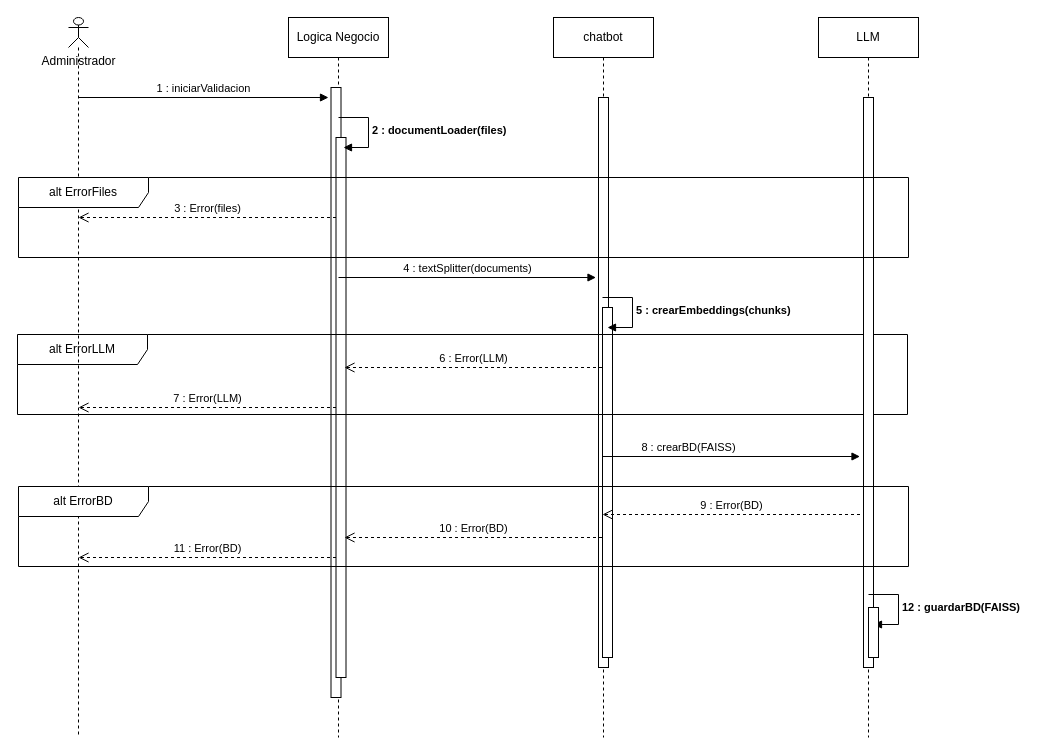
This is page "Page-5" (5 of 6) of project-docs/RAG_Architecture.drawio from jrg1013/chatbot, a draw.io file, before an edit. Source tidied: cells renumbered, new cells numbered last; positions are measured from the earlier drawing's top-left corner, leaving out a move shared by most shapes. Both pictures are drawn from the tidied source at 100%, with x=0, y=0 at pixel (17, 17).
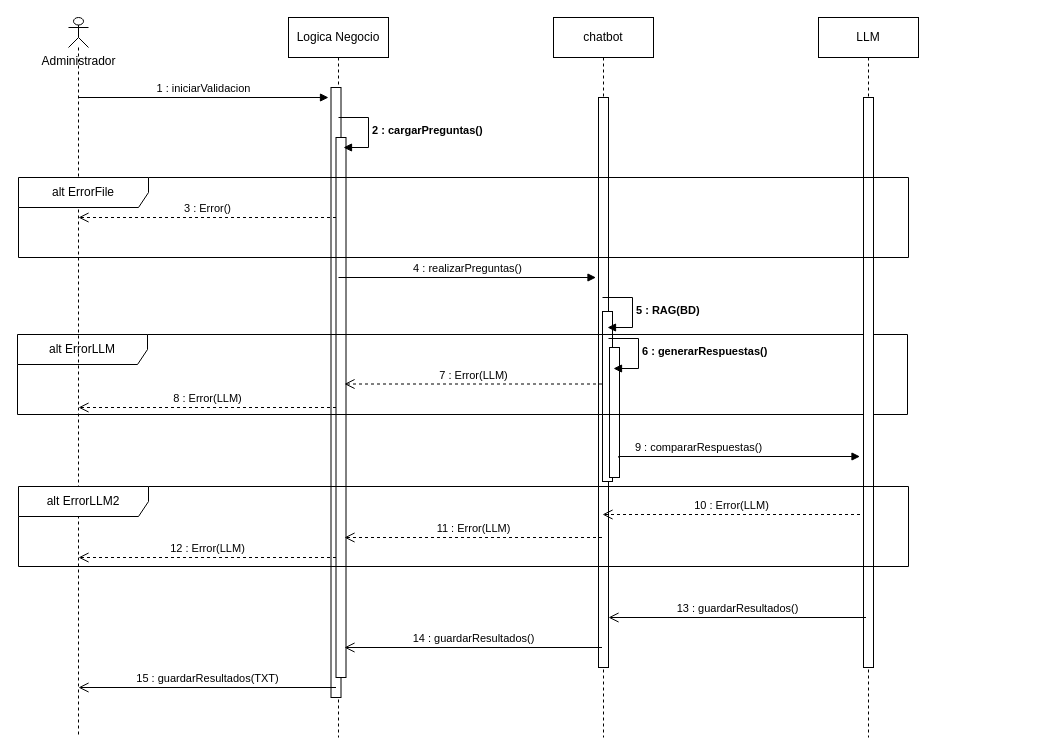
The same page after the edit.

Unchanged cells that the change refers to:
```xml
<mxCell id="5" value="chatbot" style="shape=umlLifeline;perimeter=lifelinePerimeter;whiteSpace=wrap;html=1;newEdgeStyle={&quot;edgeStyle&quot;:&quot;elbowEdgeStyle&quot;,&quot;elbow&quot;:&quot;vertical&quot;,&quot;curved&quot;:0,&quot;rounded&quot;:0};" parent="1" vertex="1">
  <mxGeometry x="536" width="100" height="720" as="geometry" />
</mxCell>
```

The edit, as a diff of the source:
```diff
@@
     <mxCell id="7" style="html=1;perimeter=orthogonalPerimeter;targetShapes=umlLifeline;newEdgeStyle={&quot;edgeStyle&quot;:&quot;elbowEdgeStyle&quot;,&quot;elbow&quot;:&quot;vertical&quot;,&quot;curved&quot;:0,&quot;rounded&quot;:0};" parent="5" vertex="1">
-      <mxGeometry x="49" y="290" width="10" height="350" as="geometry" />
+      <mxGeometry x="49" y="294" width="10" height="170" as="geometry" />
     </mxCell>
+    <mxCell id="28" style="html=1;perimeter=orthogonalPerimeter;targetShapes=umlLifeline;newEdgeStyle={&quot;edgeStyle&quot;:&quot;elbowEdgeStyle&quot;,&quot;elbow&quot;:&quot;vertical&quot;,&quot;curved&quot;:0,&quot;rounded&quot;:0};" parent="5" vertex="1">
+      <mxGeometry x="56" y="330" width="10" height="130" as="geometry" />
+    </mxCell>
-    <mxCell id="8" value="4 : textSplitter(documents)" style="html=1;verticalAlign=bottom;endArrow=block;edgeStyle=elbowEdgeStyle;elbow=vertical;curved=0;rounded=0;" parent="1" edge="1">
+    <mxCell id="8" value="4 : realizarPreguntas()" style="html=1;verticalAlign=bottom;endArrow=block;edgeStyle=elbowEdgeStyle;elbow=vertical;curved=0;rounded=0;" parent="1" edge="1">
       <mxGeometry relative="1" as="geometry">
         <mxPoint x="321" y="260" as="sourcePoint" />
         <mxPoint x="578.5" y="260" as="targetPoint" />
         <Array as="points">
           <mxPoint x="493.5" y="260" />
         </Array>
       </mxGeometry>
     </mxCell>
-    <mxCell id="9" value="9 : Error(BD)" style="html=1;verticalAlign=bottom;endArrow=open;dashed=1;endSize=8;edgeStyle=elbowEdgeStyle;elbow=vertical;curved=0;rounded=0;" parent="1" edge="1">
+    <mxCell id="9" value="10 : Error(LLM)" style="html=1;verticalAlign=bottom;endArrow=open;dashed=1;endSize=8;edgeStyle=elbowEdgeStyle;elbow=vertical;curved=0;rounded=0;" parent="1" edge="1">
       <mxGeometry relative="1" as="geometry">
         <mxPoint x="842.5" y="497" as="sourcePoint" />
         <mxPoint x="585" y="497" as="targetPoint" />
         <Array as="points">
           <mxPoint x="767.5" y="497" />
         </Array>
       </mxGeometry>
     </mxCell>
@@
-    <mxCell id="12" value="3 : Error(files)" style="html=1;verticalAlign=bottom;endArrow=open;dashed=1;endSize=8;edgeStyle=elbowEdgeStyle;elbow=vertical;curved=0;rounded=0;" parent="1" edge="1">
+    <mxCell id="12" value="3 : Error()" style="html=1;verticalAlign=bottom;endArrow=open;dashed=1;endSize=8;edgeStyle=elbowEdgeStyle;elbow=vertical;curved=0;rounded=0;" parent="1" edge="1">
       <mxGeometry relative="1" as="geometry">
         <mxPoint x="318.5" y="200" as="sourcePoint" />
         <mxPoint x="61" y="200" as="targetPoint" />
         <Array as="points">
           <mxPoint x="243.5" y="200" />
         </Array>
       </mxGeometry>
     </mxCell>
@@
-    <mxCell id="15" value="2 : documentLoader(files)" style="html=1;align=left;spacingLeft=2;endArrow=block;rounded=0;edgeStyle=orthogonalEdgeStyle;curved=0;rounded=0;fontStyle=1;" parent="1" edge="1">
-      <mxGeometry relative="1" as="geometry">
+    <mxCell id="15" value="2 : cargarPreguntas()" style="html=1;align=left;spacingLeft=2;endArrow=block;rounded=0;edgeStyle=orthogonalEdgeStyle;curved=0;rounded=0;fontStyle=1;" parent="1" edge="1">
+      <mxGeometry x="0.01" relative="1" as="geometry">
         <mxPoint x="321" y="100" as="sourcePoint" />
         <mxPoint x="326" y="130" as="targetPoint" />
         <Array as="points">
           <mxPoint x="351" y="130" />
         </Array>
       </mxGeometry>
     </mxCell>
@@
-    <mxCell id="18" value="8 : crearBD(FAISS)" style="html=1;verticalAlign=bottom;endArrow=block;edgeStyle=elbowEdgeStyle;elbow=vertical;curved=0;rounded=0;" parent="1" edge="1">
+    <mxCell id="18" value="9 : compararRespuestas()" style="html=1;verticalAlign=bottom;endArrow=block;edgeStyle=elbowEdgeStyle;elbow=vertical;curved=0;rounded=0;" parent="1" edge="1">
       <mxGeometry x="-0.33" relative="1" as="geometry">
-        <mxPoint x="585" y="439" as="sourcePoint" />
+        <mxPoint x="601" y="440" as="sourcePoint" />
         <mxPoint x="842.5" y="439" as="targetPoint" />
         <Array as="points">
           <mxPoint x="757.5" y="439" />
         </Array>
       </mxGeometry>
     </mxCell>
-    <mxCell id="19" value="6 : Error(LLM)" style="html=1;verticalAlign=bottom;endArrow=open;dashed=1;endSize=8;edgeStyle=elbowEdgeStyle;elbow=vertical;curved=0;rounded=0;" parent="1" edge="1">
+    <mxCell id="19" value="7 : Error(LLM)" style="html=1;verticalAlign=bottom;endArrow=open;dashed=1;endSize=8;edgeStyle=elbowEdgeStyle;elbow=vertical;curved=0;rounded=0;" parent="1" edge="1">
       <mxGeometry relative="1" as="geometry">
-        <mxPoint x="584.5" y="350" as="sourcePoint" />
-        <mxPoint x="327" y="350" as="targetPoint" />
+        <mxPoint x="584.5" y="366.5" as="sourcePoint" />
+        <mxPoint x="327" y="366.5" as="targetPoint" />
         <Array as="points">
-          <mxPoint x="509.5" y="350" />
+          <mxPoint x="509.5" y="366.5" />
         </Array>
       </mxGeometry>
     </mxCell>
-    <mxCell id="20" value="5 : crearEmbeddings(chunks)" style="html=1;align=left;spacingLeft=2;endArrow=block;rounded=0;edgeStyle=orthogonalEdgeStyle;curved=0;rounded=0;fontStyle=1;" parent="1" edge="1">
+    <mxCell id="20" value="5 : RAG(BD)" style="html=1;align=left;spacingLeft=2;endArrow=block;rounded=0;edgeStyle=orthogonalEdgeStyle;curved=0;rounded=0;fontStyle=1;" parent="1" edge="1">
       <mxGeometry relative="1" as="geometry">
         <mxPoint x="585" y="280" as="sourcePoint" />
         <mxPoint x="590" y="310" as="targetPoint" />
         <Array as="points">
           <mxPoint x="615" y="310" />
         </Array>
       </mxGeometry>
     </mxCell>
-    <mxCell id="21" value="alt ErrorFiles" style="shape=umlFrame;whiteSpace=wrap;html=1;width=130;height=30;" parent="1" vertex="1">
+    <mxCell id="21" value="alt ErrorFile" style="shape=umlFrame;whiteSpace=wrap;html=1;width=130;height=30;" parent="1" vertex="1">
       <mxGeometry x="1" y="160" width="890" height="80" as="geometry" />
     </mxCell>
-    <mxCell id="22" value="7 : Error(LLM)" style="html=1;verticalAlign=bottom;endArrow=open;dashed=1;endSize=8;edgeStyle=elbowEdgeStyle;elbow=vertical;curved=0;rounded=0;" parent="1" edge="1">
+    <mxCell id="22" value="8 : Error(LLM)" style="html=1;verticalAlign=bottom;endArrow=open;dashed=1;endSize=8;edgeStyle=elbowEdgeStyle;elbow=vertical;curved=0;rounded=0;" parent="1" edge="1">
       <mxGeometry relative="1" as="geometry">
         <mxPoint x="318.5" y="390" as="sourcePoint" />
         <mxPoint x="61" y="390" as="targetPoint" />
         <Array as="points">
           <mxPoint x="243.5" y="390" />
         </Array>
       </mxGeometry>
     </mxCell>
-    <mxCell id="23" value="12 : guardarBD(FAISS)" style="html=1;align=left;spacingLeft=2;endArrow=block;rounded=0;edgeStyle=orthogonalEdgeStyle;curved=0;rounded=0;fontStyle=1;" parent="1" edge="1">
-      <mxGeometry relative="1" as="geometry">
-        <mxPoint x="851" y="577" as="sourcePoint" />
-        <mxPoint x="856" y="607" as="targetPoint" />
-        <Array as="points">
-          <mxPoint x="881" y="607" />
-        </Array>
-      </mxGeometry>
-    </mxCell>
-    <mxCell id="24" value="alt ErrorBD" style="shape=umlFrame;whiteSpace=wrap;html=1;width=130;height=30;" parent="1" vertex="1">
+    <mxCell id="24" value="alt ErrorLLM2" style="shape=umlFrame;whiteSpace=wrap;html=1;width=130;height=30;" parent="1" vertex="1">
       <mxGeometry x="1" y="469" width="890" height="80" as="geometry" />
     </mxCell>
-    <mxCell id="25" value="10 : Error(BD)" style="html=1;verticalAlign=bottom;endArrow=open;dashed=1;endSize=8;edgeStyle=elbowEdgeStyle;elbow=vertical;curved=0;rounded=0;" parent="1" edge="1">
+    <mxCell id="25" value="11 : Error(LLM)" style="html=1;verticalAlign=bottom;endArrow=open;dashed=1;endSize=8;edgeStyle=elbowEdgeStyle;elbow=vertical;curved=0;rounded=0;" parent="1" edge="1">
       <mxGeometry relative="1" as="geometry">
         <mxPoint x="584.5" y="520" as="sourcePoint" />
         <mxPoint x="327" y="520" as="targetPoint" />
         <Array as="points">
           <mxPoint x="509.5" y="520" />
         </Array>
       </mxGeometry>
     </mxCell>
-    <mxCell id="26" value="11 : Error(BD)" style="html=1;verticalAlign=bottom;endArrow=open;dashed=1;endSize=8;edgeStyle=elbowEdgeStyle;elbow=vertical;curved=0;rounded=0;" parent="1" edge="1">
+    <mxCell id="26" value="12 : Error(LLM)" style="html=1;verticalAlign=bottom;endArrow=open;dashed=1;endSize=8;edgeStyle=elbowEdgeStyle;elbow=vertical;curved=0;rounded=0;" parent="1" edge="1">
       <mxGeometry relative="1" as="geometry">
         <mxPoint x="318.5" y="540" as="sourcePoint" />
         <mxPoint x="61" y="540" as="targetPoint" />
         <Array as="points">
           <mxPoint x="243.5" y="540" />
         </Array>
       </mxGeometry>
     </mxCell>
-    <mxCell id="27" style="html=1;perimeter=orthogonalPerimeter;targetShapes=umlLifeline;newEdgeStyle={&quot;edgeStyle&quot;:&quot;elbowEdgeStyle&quot;,&quot;elbow&quot;:&quot;vertical&quot;,&quot;curved&quot;:0,&quot;rounded&quot;:0};" parent="1" vertex="1">
-      <mxGeometry x="851" y="590" width="10" height="50" as="geometry" />
-    </mxCell>
+    <mxCell id="29" value="6 : generarRespuestas()" style="html=1;align=left;spacingLeft=2;endArrow=block;rounded=0;edgeStyle=orthogonalEdgeStyle;curved=0;rounded=0;fontStyle=1;" parent="1" edge="1">
+      <mxGeometry relative="1" as="geometry">
+        <mxPoint x="591" y="321" as="sourcePoint" />
+        <mxPoint x="596" y="351" as="targetPoint" />
+        <Array as="points">
+          <mxPoint x="621" y="351" />
+        </Array>
+      </mxGeometry>
+    </mxCell>
+    <mxCell id="30" value="13 :&amp;nbsp;guardarResultados()" style="html=1;verticalAlign=bottom;endArrow=open;endSize=8;edgeStyle=elbowEdgeStyle;elbow=vertical;curved=0;rounded=0;" parent="1" edge="1">
+      <mxGeometry relative="1" as="geometry">
+        <mxPoint x="848.5" y="600" as="sourcePoint" />
+        <mxPoint x="591" y="600" as="targetPoint" />
+        <Array as="points">
+          <mxPoint x="773.5" y="600" />
+        </Array>
+      </mxGeometry>
+    </mxCell>
+    <mxCell id="31" value="14 :&amp;nbsp;guardarResultados()" style="html=1;verticalAlign=bottom;endArrow=open;endSize=8;edgeStyle=elbowEdgeStyle;elbow=vertical;curved=0;rounded=0;" parent="1" edge="1">
+      <mxGeometry relative="1" as="geometry">
+        <mxPoint x="584.5" y="630" as="sourcePoint" />
+        <mxPoint x="327" y="630" as="targetPoint" />
+        <Array as="points">
+          <mxPoint x="509.5" y="630" />
+        </Array>
+      </mxGeometry>
+    </mxCell>
+    <mxCell id="32" value="15 :&amp;nbsp;guardarResultados(TXT)" style="html=1;verticalAlign=bottom;endArrow=open;endSize=8;edgeStyle=elbowEdgeStyle;elbow=vertical;curved=0;rounded=0;" parent="1" edge="1">
+      <mxGeometry relative="1" as="geometry">
+        <mxPoint x="318.5" y="670" as="sourcePoint" />
+        <mxPoint x="61" y="670" as="targetPoint" />
+        <Array as="points">
+          <mxPoint x="243.5" y="670" />
+        </Array>
+      </mxGeometry>
+    </mxCell>
```
